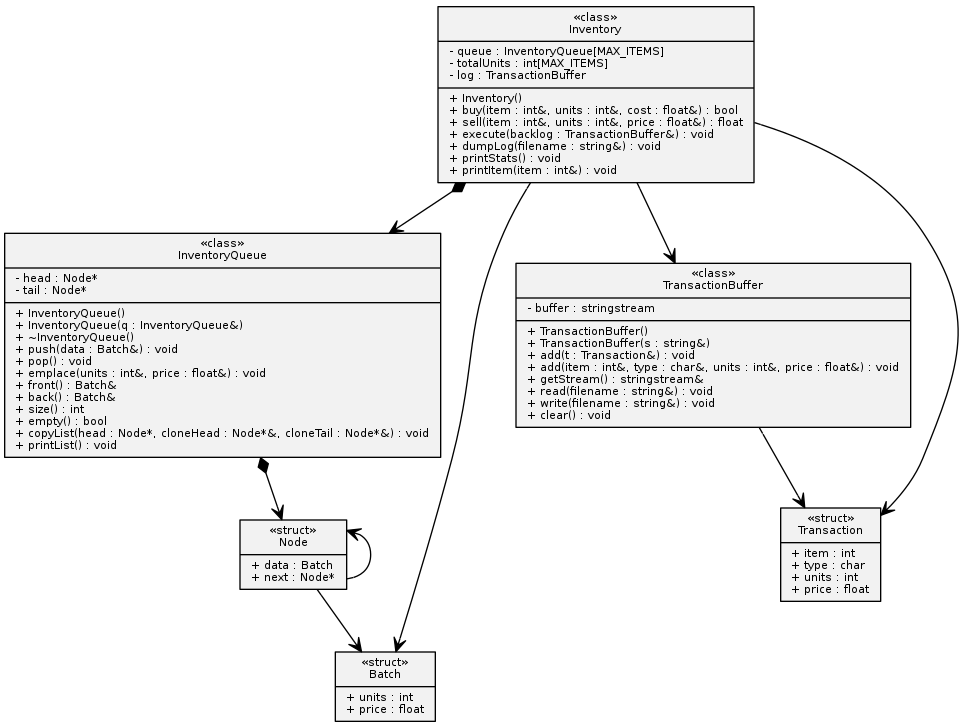
gszasz/cpp-fifo-inventory keeps this Graphviz diagram as docs/fifo-inventory-uml.png. Above is the earlier version. Its source is kept beside it as docs/fifo-inventory-uml.dot.
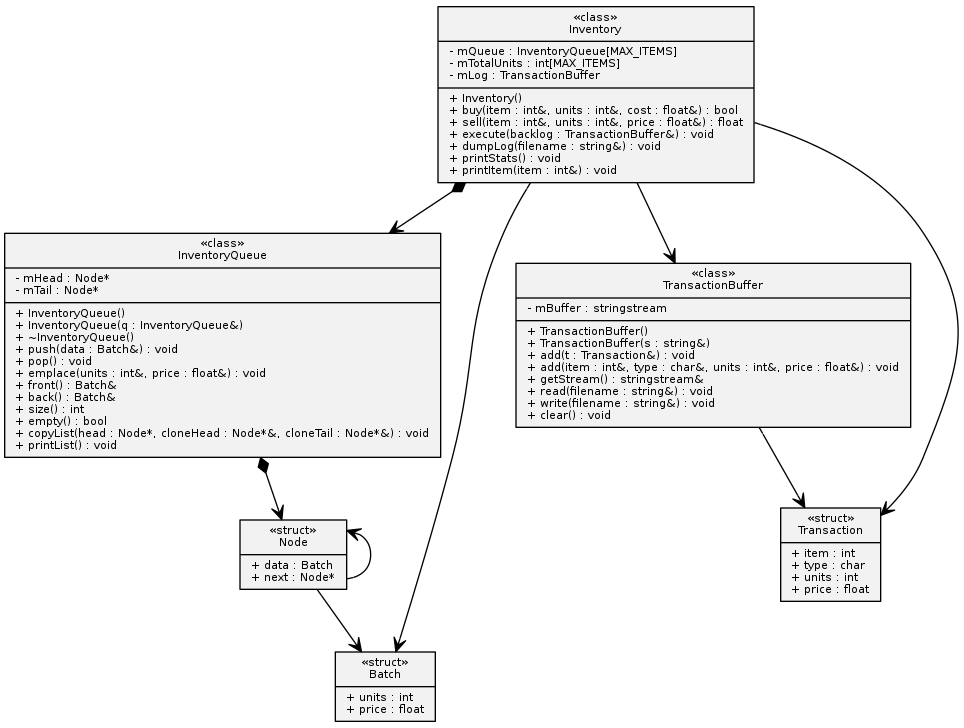
The same file after the commit.

What changed in the source:
```diff
@@ -3,11 +3,11 @@
     node[shape=record,style=filled,fillcolor=gray95,fontname="Bitstream Vera Sans",fontsize=8]
     edge[dir=both, arrowtail=none, arrowhead=vee]
 
-    2[label = "{&laquo;class&raquo;\nInventory|- queue : InventoryQueue[MAX_ITEMS]\l- totalUnits : int[MAX_ITEMS]\l- log : TransactionBuffer\l|+ Inventory()\l+ buy(item : int&, units : int&, cost : float&) : bool\l+ sell(item : int&, units : int&, price : float&) : float\l+ execute(backlog : TransactionBuffer&) : void\l+ dumpLog(filename : string&) : void\l+ printStats() : void\l+ printItem(item : int&) : void\l}"]
-    3[label = "{&laquo;class&raquo;\nInventoryQueue|- head : Node*\l- tail : Node*\l|+ InventoryQueue()\l+ InventoryQueue(q : InventoryQueue&)\l+ ~InventoryQueue()\l+ push(data : Batch&) : void\l+ pop() : void\l+ emplace(units : int&, price : float&) : void\l+ front() : Batch&\l+ back() : Batch&\l+ size() : int\l+ empty() : bool\l+ copyList(head : Node*, cloneHead : Node*&, cloneTail : Node*&) : void\l+ printList() : void\l}"]
+    2[label = "{&laquo;class&raquo;\nInventory|- mQueue : InventoryQueue[MAX_ITEMS]\l- mTotalUnits : int[MAX_ITEMS]\l- mLog : TransactionBuffer\l|+ Inventory()\l+ buy(item : int&, units : int&, cost : float&) : bool\l+ sell(item : int&, units : int&, price : float&) : float\l+ execute(backlog : TransactionBuffer&) : void\l+ dumpLog(filename : string&) : void\l+ printStats() : void\l+ printItem(item : int&) : void\l}"]
+    3[label = "{&laquo;class&raquo;\nInventoryQueue|- mHead : Node*\l- mTail : Node*\l|+ InventoryQueue()\l+ InventoryQueue(q : InventoryQueue&)\l+ ~InventoryQueue()\l+ push(data : Batch&) : void\l+ pop() : void\l+ emplace(units : int&, price : float&) : void\l+ front() : Batch&\l+ back() : Batch&\l+ size() : int\l+ empty() : bool\l+ copyList(head : Node*, cloneHead : Node*&, cloneTail : Node*&) : void\l+ printList() : void\l}"]
     4[label = "{&laquo;struct&raquo;\nNode|+ data : Batch\l+ next : Node*}"]
     5[label = "{&laquo;struct&raquo;\nBatch|+ units : int\l+ price : float}"]
-    6[label = "{&laquo;class&raquo;\nTransactionBuffer|- buffer : stringstream\l|+ TransactionBuffer()\l+ TransactionBuffer(s : string&)\l+ add(t : Transaction&) : void\l+ add(item : int&, type : char&, units : int&, price : float&) : void\l+ getStream() : stringstream&\l+ read(filename : string&) : void\l+ write(filename : string&) : void\l+ clear() : void\l}"]
+    6[label = "{&laquo;class&raquo;\nTransactionBuffer|- mBuffer : stringstream\l|+ TransactionBuffer()\l+ TransactionBuffer(s : string&)\l+ add(t : Transaction&) : void\l+ add(item : int&, type : char&, units : int&, price : float&) : void\l+ getStream() : stringstream&\l+ read(filename : string&) : void\l+ write(filename : string&) : void\l+ clear() : void\l}"]
     7[label = "{&laquo;struct&raquo;\nTransaction|+ item : int\l+ type : char\l+ units : int\l+ price : float\l}"]
 
     2->3[arrowtail=diamond, arrowhead=vee]
```
